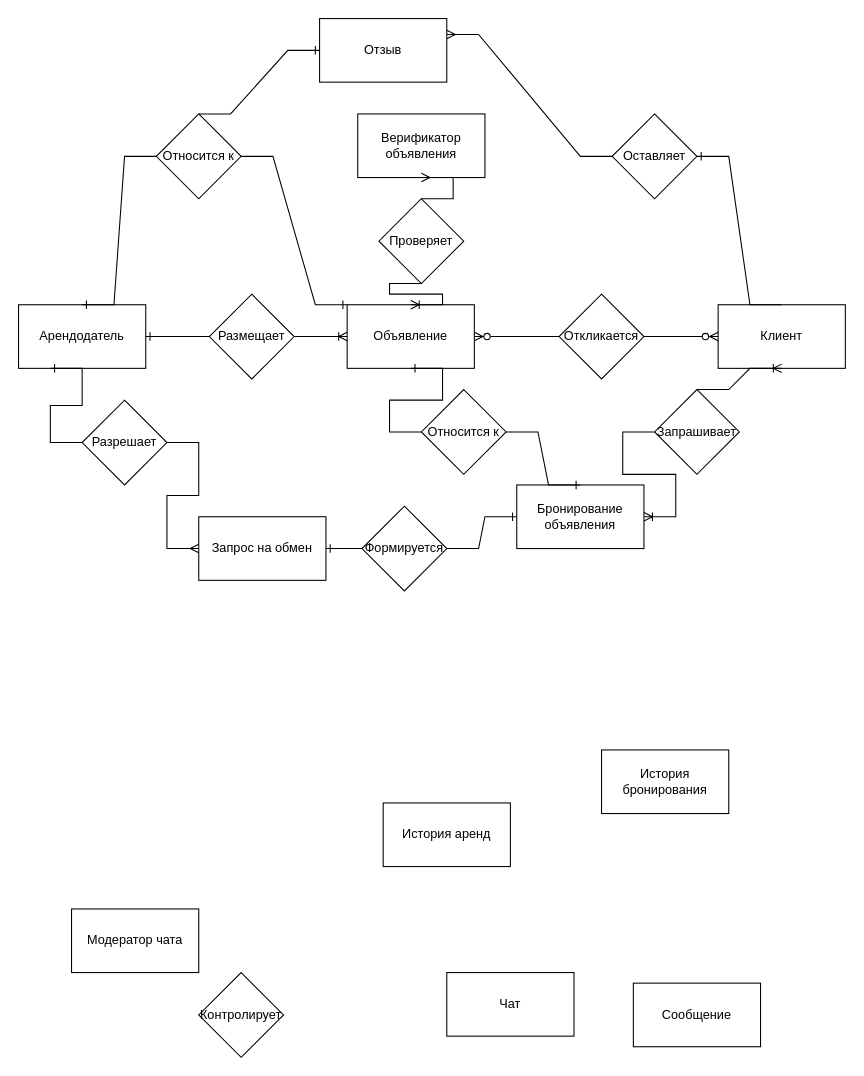
buburec/rsreu keeps this draw.io diagram as концептуальная.drawio. Above is the earlier version. Source tidied: cells renumbered, new cells numbered last; positions are measured from the earlier drawing's top-left corner, leaving out a move shared by most shapes. Both pictures are drawn from the tidied source at 106%, with x=0, y=0 at pixel (18, 18).
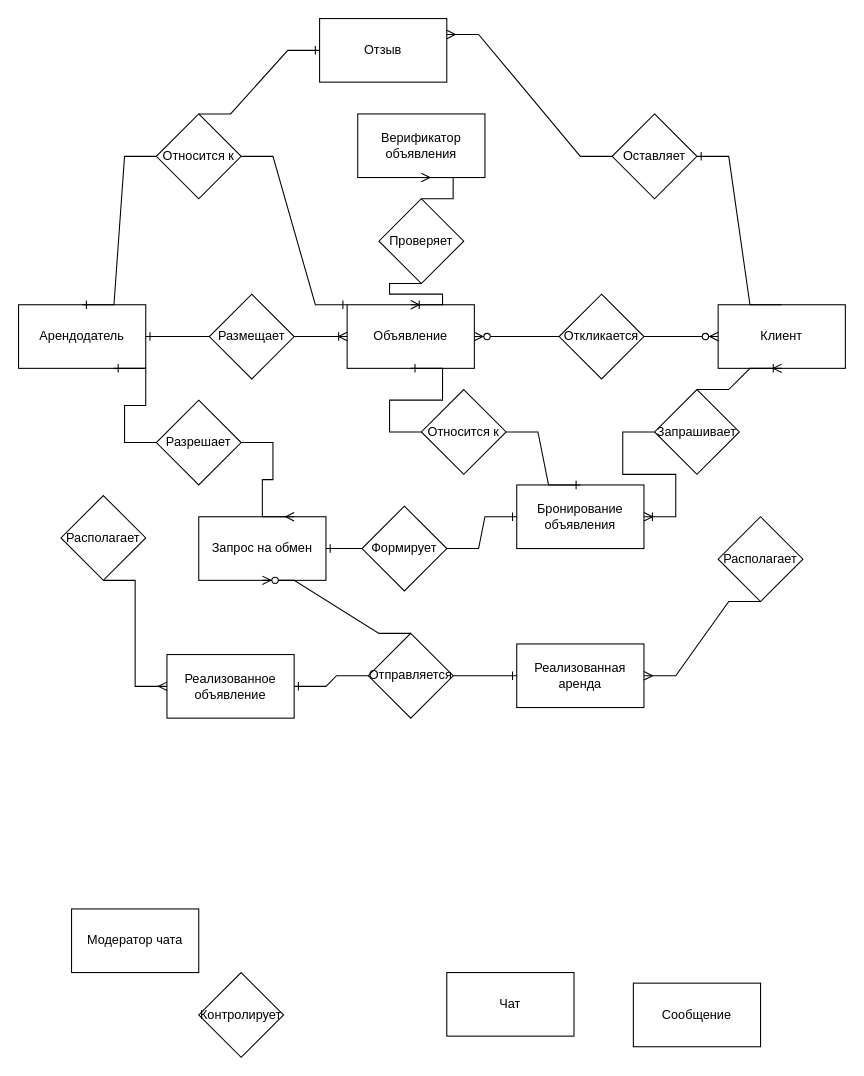
After the change.

Commit message:
первый сервис

Unchanged cells that the change refers to:
```xml
<mxCell id="2" value="Арендодатель" style="rounded=0;whiteSpace=wrap;html=1;" parent="1" vertex="1">
  <mxGeometry y="270" width="120" height="60" as="geometry" />
</mxCell>
<mxCell id="12" value="Запрос на обмен" style="rounded=0;whiteSpace=wrap;html=1;" parent="1" vertex="1">
  <mxGeometry x="170" y="470" width="120" height="60" as="geometry" />
</mxCell>
```

Diff of the diagram source:
```diff
@@
-    <mxCell id="9" value="История аренд" style="rounded=0;whiteSpace=wrap;html=1;" parent="1" vertex="1">
-      <mxGeometry x="344" y="740" width="120" height="60" as="geometry" />
+    <mxCell id="9" value="Реализованная аренда" style="rounded=0;whiteSpace=wrap;html=1;" parent="1" vertex="1">
+      <mxGeometry x="470" y="590" width="120" height="60" as="geometry" />
     </mxCell>
@@
-    <mxCell id="11" value="История бронирования" style="rounded=0;whiteSpace=wrap;html=1;" parent="1" vertex="1">
-      <mxGeometry x="550" y="690" width="120" height="60" as="geometry" />
-    </mxCell>
@@
     <mxCell id="27" value="Разрешает" style="rhombus;whiteSpace=wrap;html=1;" parent="1" vertex="1">
-      <mxGeometry x="60" y="360" width="80" height="80" as="geometry" />
+      <mxGeometry x="130" y="360" width="80" height="80" as="geometry" />
     </mxCell>
-    <mxCell id="28" style="edgeStyle=entityRelationEdgeStyle;fontSize=12;html=1;endArrow=ERone;endFill=1;rounded=0;exitX=0;exitY=0.5;exitDx=0;exitDy=0;entryX=0.25;entryY=1;entryDx=0;entryDy=0;" parent="1" edge="1" source="27" target="2">
+    <mxCell id="28" style="edgeStyle=entityRelationEdgeStyle;fontSize=12;html=1;endArrow=ERone;endFill=1;rounded=0;exitX=0;exitY=0.5;exitDx=0;exitDy=0;entryX=0.75;entryY=1;entryDx=0;entryDy=0;" parent="1" edge="1" source="27" target="2">
       <mxGeometry relative="1" as="geometry" />
     </mxCell>
-    <mxCell id="29" style="edgeStyle=entityRelationEdgeStyle;fontSize=12;html=1;endArrow=ERmany;rounded=0;exitX=1;exitY=0.5;exitDx=0;exitDy=0;entryX=0;entryY=0.5;entryDx=0;entryDy=0;" parent="1" edge="1" source="27" target="12">
+    <mxCell id="29" style="edgeStyle=entityRelationEdgeStyle;fontSize=12;html=1;endArrow=ERmany;rounded=0;exitX=1;exitY=0.5;exitDx=0;exitDy=0;entryX=0.75;entryY=0;entryDx=0;entryDy=0;" parent="1" edge="1" source="27" target="12">
       <mxGeometry relative="1" as="geometry" />
     </mxCell>
@@
-    <mxCell id="40" value="Формируется" style="rhombus;whiteSpace=wrap;html=1;" parent="1" vertex="1">
+    <mxCell id="40" value="Формирует" style="rhombus;whiteSpace=wrap;html=1;" parent="1" vertex="1">
       <mxGeometry x="324" y="460" width="80" height="80" as="geometry" />
     </mxCell>
@@
+    <mxCell id="43" value="Реализованное объявление" style="rounded=0;whiteSpace=wrap;html=1;" parent="1" vertex="1">
+      <mxGeometry x="140" y="600" width="120" height="60" as="geometry" />
+    </mxCell>
+    <mxCell id="44" value="Располагает" style="rhombus;whiteSpace=wrap;html=1;" parent="1" vertex="1">
+      <mxGeometry x="40" y="450" width="80" height="80" as="geometry" />
+    </mxCell>
+    <mxCell id="45" value="Располагает" style="rhombus;whiteSpace=wrap;html=1;" parent="1" vertex="1">
+      <mxGeometry x="660" y="470" width="80" height="80" as="geometry" />
+    </mxCell>
+    <mxCell id="46" value="Отправляется" style="rhombus;whiteSpace=wrap;html=1;" parent="1" vertex="1">
+      <mxGeometry x="330" y="580" width="80" height="80" as="geometry" />
+    </mxCell>
+    <mxCell id="47" style="edgeStyle=entityRelationEdgeStyle;fontSize=12;html=1;endArrow=ERzeroToMany;endFill=1;rounded=0;exitX=0.5;exitY=0;exitDx=0;exitDy=0;entryX=0.5;entryY=1;entryDx=0;entryDy=0;" parent="1" edge="1" source="46" target="12">
+      <mxGeometry relative="1" as="geometry" />
+    </mxCell>
+    <mxCell id="48" style="edgeStyle=entityRelationEdgeStyle;fontSize=12;html=1;endArrow=ERone;endFill=1;rounded=0;exitX=0;exitY=0.5;exitDx=0;exitDy=0;entryX=1;entryY=0.5;entryDx=0;entryDy=0;" parent="1" edge="1" source="46" target="43">
+      <mxGeometry relative="1" as="geometry" />
+    </mxCell>
+    <mxCell id="49" style="edgeStyle=entityRelationEdgeStyle;fontSize=12;html=1;endArrow=ERone;endFill=1;rounded=0;exitX=1;exitY=0.5;exitDx=0;exitDy=0;entryX=0;entryY=0.5;entryDx=0;entryDy=0;" parent="1" edge="1" source="46" target="9">
+      <mxGeometry relative="1" as="geometry" />
+    </mxCell>
+    <mxCell id="50" style="edgeStyle=entityRelationEdgeStyle;fontSize=12;html=1;endArrow=ERmany;rounded=0;exitX=0.5;exitY=1;exitDx=0;exitDy=0;entryX=0;entryY=0.5;entryDx=0;entryDy=0;" parent="1" edge="1" source="44" target="43">
+      <mxGeometry relative="1" as="geometry" />
+    </mxCell>
+    <mxCell id="51" style="edgeStyle=entityRelationEdgeStyle;fontSize=12;html=1;endArrow=ERmany;rounded=0;exitX=0.5;exitY=1;exitDx=0;exitDy=0;entryX=1;entryY=0.5;entryDx=0;entryDy=0;" parent="1" edge="1" source="45" target="9">
+      <mxGeometry relative="1" as="geometry" />
+    </mxCell>
```
